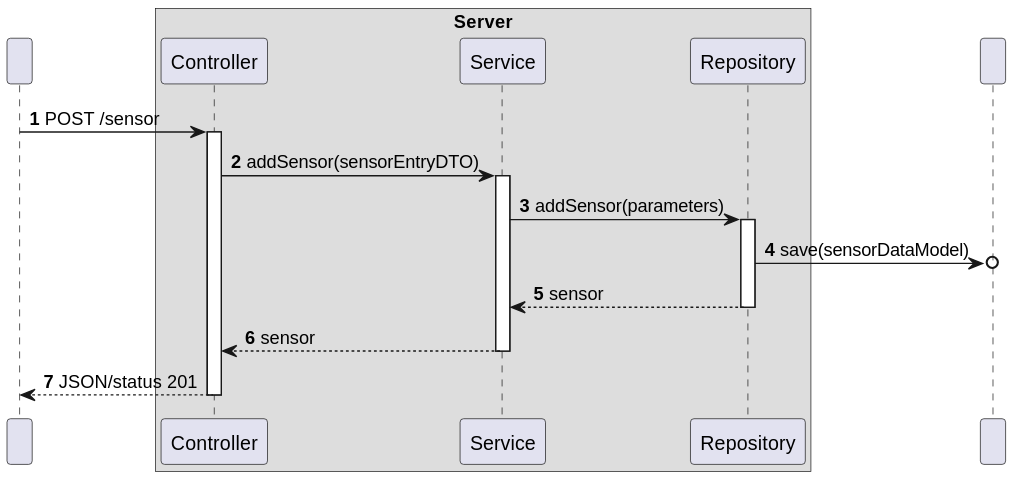
Above: docs/C4_4plus1_models/Level4/ProcessView/ProcessViewLevel4_UC07_v1.svg in moutajDev/smarthome (PlantUML), before the change. The source it was exported from:
```plantuml
@startuml
!pragma layout smetana

autonumber

participant " " as HTTP

box "Server"
    participant "Controller" as CTRL
    participant "Service" as SV
    participant "Repository" as RP

end box
participant " " as BD


HTTP -> CTRL : POST /sensor
activate CTRL

CTRL -> SV : addSensor(sensorEntryDTO)
activate SV

SV -> RP : addSensor(parameters)
activate RP

RP ->o BD : save(sensorDataModel)

RP --> SV : sensor
deactivate RP

SV --> CTRL : sensor
deactivate SV

CTRL --> HTTP : JSON/status 201
deactivate CTRL
@enduml
```
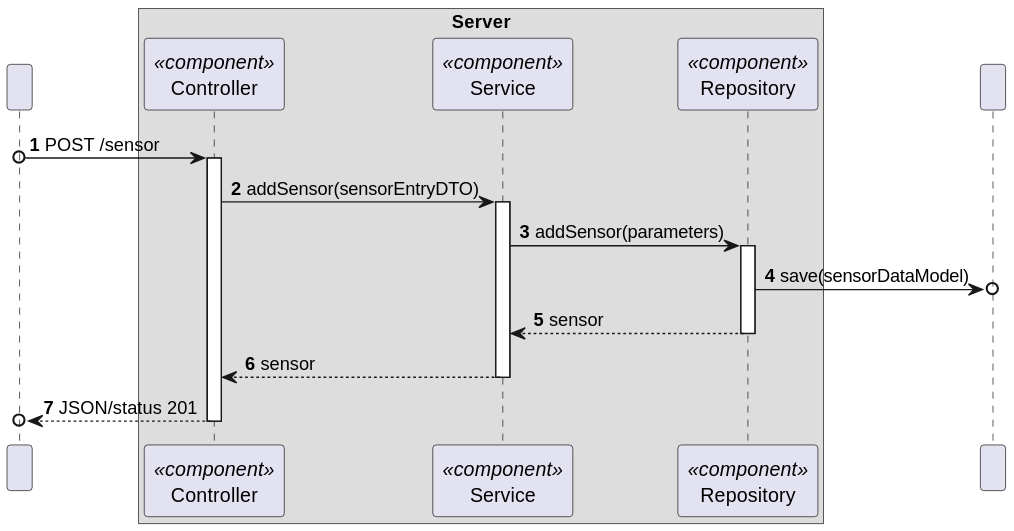
After the change.

Diff of the diagram source:
```diff
@@ -6,15 +6,15 @@
 participant " " as HTTP
 
 box "Server"
-    participant "Controller" as CTRL
-    participant "Service" as SV
-    participant "Repository" as RP
+    participant "Controller" as CTRL<<component>>
+    participant "Service" as SV<<component>>
+    participant "Repository" as RP<<component>>
 
 end box
 participant " " as BD
 
 
-HTTP -> CTRL : POST /sensor
+HTTP o-> CTRL : POST /sensor
 activate CTRL
 
 CTRL -> SV : addSensor(sensorEntryDTO)
@@ -31,6 +31,6 @@
 SV --> CTRL : sensor
 deactivate SV
 
-CTRL --> HTTP : JSON/status 201
+CTRL -->o HTTP : JSON/status 201
 deactivate CTRL
 @enduml
```
